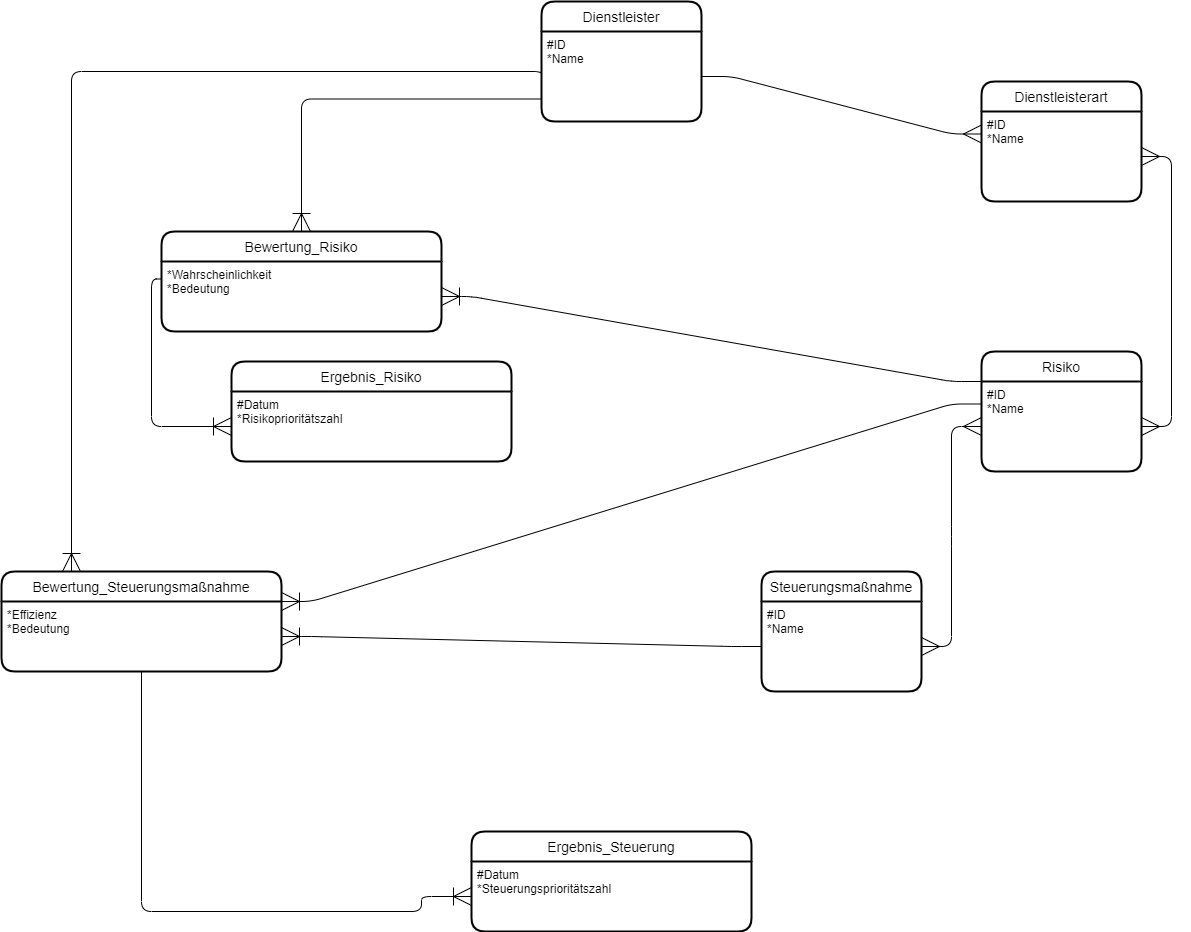
Above: er.png in sgtSeme4ki/complianceDB (draw.io), before the change. Source tidied: cells renumbered, new cells last; positions are measured from the earlier drawing's top-left corner, leaving out a move shared by most shapes.
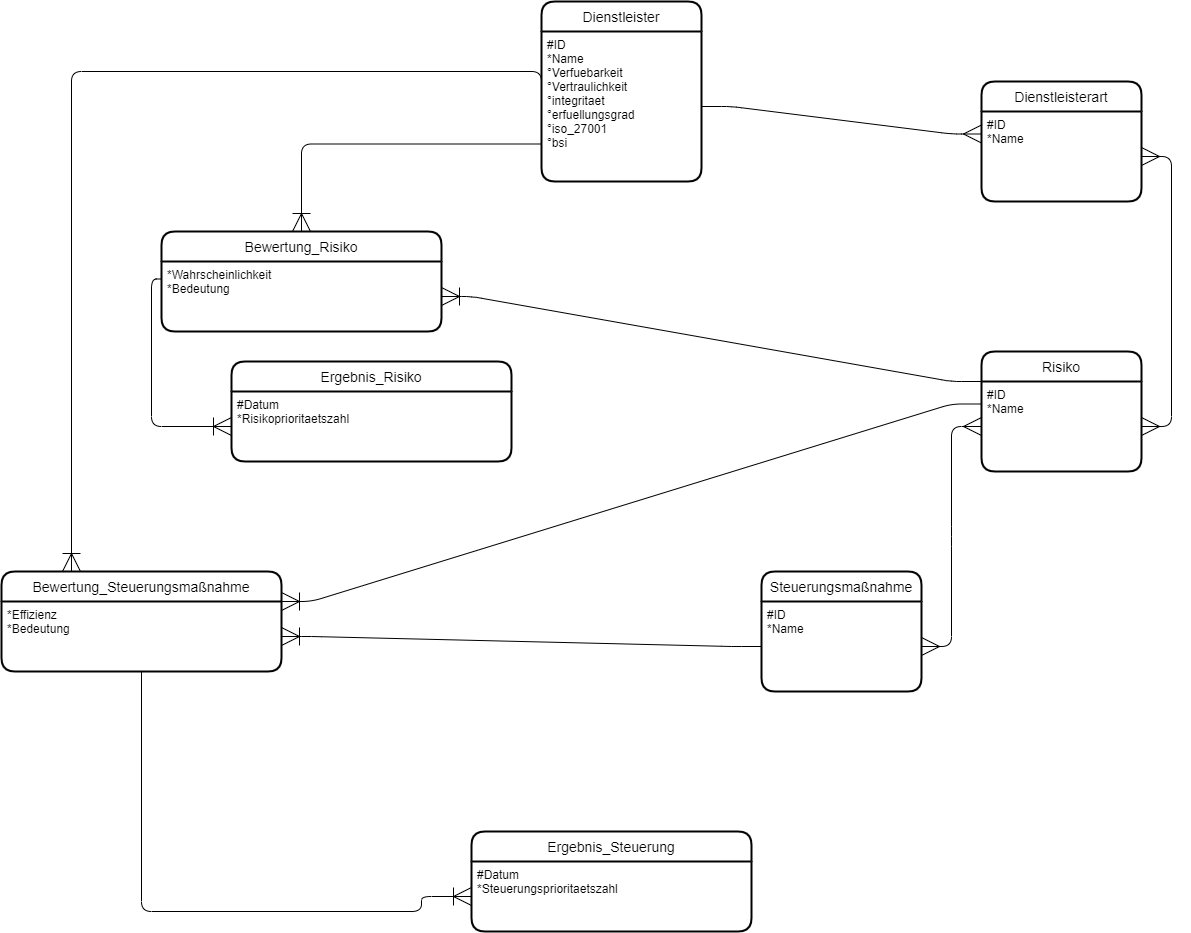
Later version of the same file.

Commit message:
add new optional attributes to dienstleister

The edit, as a diff of the source:
```diff
@@ -3,10 +3,10 @@
     <mxCell id="0" />
     <mxCell id="1" parent="0" />
     <mxCell id="2" value="Dienstleister" style="swimlane;horizontal=1;startSize=30;fontSize=14;fontStyle=0;strokeWidth=2;shadow=0;dashed=0;align=center;rounded=1;" parent="1" vertex="1">
-      <mxGeometry x="540" width="160" height="120" as="geometry" />
+      <mxGeometry x="540" width="160" height="180" as="geometry" />
     </mxCell>
-    <mxCell id="3" value="#ID&#10;*Name&#10;" style="align=left;strokeColor=none;fillColor=none;spacingLeft=4;fontSize=12;verticalAlign=top;rounded=1;" parent="2" vertex="1">
-      <mxGeometry y="30" width="160" height="90" as="geometry" />
+    <mxCell id="3" value="#ID&#10;*Name&#10;°Verfuebarkeit&#10;°Vertraulichkeit&#10;°integritaet&#10;°erfuellungsgrad&#10;°iso_27001&#10;°bsi&#10;" style="align=left;strokeColor=none;fillColor=none;spacingLeft=4;fontSize=12;verticalAlign=top;rounded=1;" parent="2" vertex="1">
+      <mxGeometry y="30" width="160" height="150" as="geometry" />
     </mxCell>
     <mxCell id="4" value="Risiko" style="swimlane;horizontal=1;startSize=30;fontSize=14;fontStyle=0;strokeWidth=2;shadow=0;dashed=0;align=center;rounded=1;" parent="1" vertex="1">
       <mxGeometry x="980" y="350" width="160" height="120" as="geometry" />
@@ -67,7 +67,7 @@
     <mxCell id="21" value="Ergebnis_Risiko" style="swimlane;horizontal=1;startSize=30;fontSize=14;fontStyle=0;strokeWidth=2;shadow=0;dashed=0;align=center;rounded=1;" parent="1" vertex="1">
       <mxGeometry x="230" y="360" width="280" height="100" as="geometry" />
     </mxCell>
-    <mxCell id="22" value="#Datum&#10;*Risikoprioritätszahl&#10;" style="align=left;strokeColor=none;fillColor=none;spacingLeft=4;fontSize=12;verticalAlign=top;rounded=1;" parent="21" vertex="1">
+    <mxCell id="22" value="#Datum&#10;*Risikoprioritaetszahl&#10;" style="align=left;strokeColor=none;fillColor=none;spacingLeft=4;fontSize=12;verticalAlign=top;rounded=1;" parent="21" vertex="1">
       <mxGeometry y="30" width="280" height="70" as="geometry" />
     </mxCell>
     <mxCell id="23" style="fontSize=12;html=1;endArrow=ERoneToMany;shadow=0;strokeWidth=1;anchorPointDirection=0;snapToPoint=0;comic=0;edgeStyle=orthogonalEdgeStyle;elbow=vertical;endSize=16;startSize=16;entryX=0;entryY=0.5;entryDx=0;entryDy=0;exitX=0;exitY=0.25;exitDx=0;exitDy=0;" parent="1" edge="1" source="16" target="22">
@@ -76,7 +76,7 @@
     <mxCell id="24" value="Ergebnis_Steuerung" style="swimlane;horizontal=1;startSize=30;fontSize=14;fontStyle=0;strokeWidth=2;shadow=0;dashed=0;align=center;rounded=1;" parent="1" vertex="1">
       <mxGeometry x="470" y="830" width="280" height="100" as="geometry" />
     </mxCell>
-    <mxCell id="25" value="#Datum&#10;*Steuerungsprioritätszahl&#10;" style="align=left;strokeColor=none;fillColor=none;spacingLeft=4;fontSize=12;verticalAlign=top;rounded=1;" parent="24" vertex="1">
+    <mxCell id="25" value="#Datum&#10;*Steuerungsprioritaetszahl&#10;" style="align=left;strokeColor=none;fillColor=none;spacingLeft=4;fontSize=12;verticalAlign=top;rounded=1;" parent="24" vertex="1">
       <mxGeometry y="30" width="280" height="70" as="geometry" />
     </mxCell>
     <mxCell id="26" style="fontSize=12;html=1;endArrow=ERoneToMany;shadow=0;strokeWidth=1;anchorPointDirection=0;snapToPoint=0;comic=0;edgeStyle=orthogonalEdgeStyle;elbow=vertical;endSize=16;startSize=16;exitX=0.5;exitY=1;exitDx=0;exitDy=0;entryX=0;entryY=0.5;entryDx=0;entryDy=0;" parent="1" edge="1" source="14" target="25">
```
